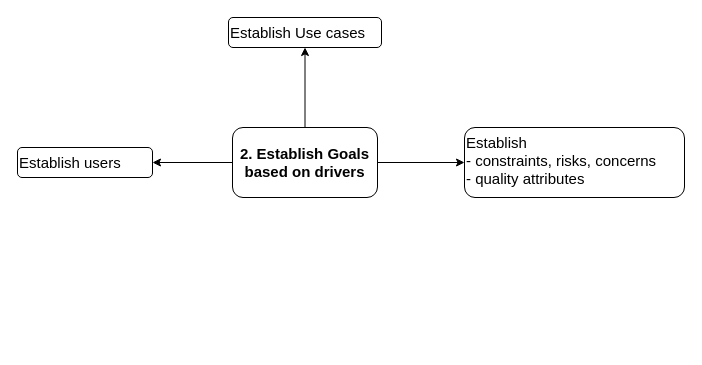
Before: page "2.EstablishGoals" (3 of 6) of SolutionArchitectureProcess.drawio in Gaur4vGaur/probable-octo, a draw.io diagram. Source tidied: cells renumbered, new cells numbered last; positions are measured from the earlier drawing's top-left corner, leaving out a move shared by most shapes. Both pictures are drawn from the tidied source at 100%, with x=0, y=0 at pixel (17, 17).
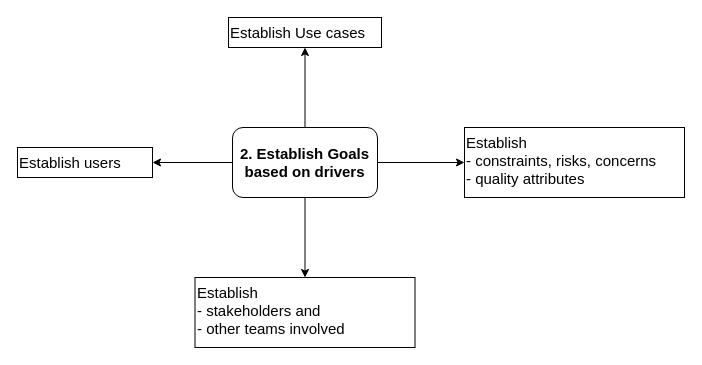
Above is the later version.

What changed in the source:
```diff
@@
 <mxGraphModel>
   <root>
     <mxCell id="0" />
     <mxCell id="1" parent="0" />
     <mxCell id="2" style="edgeStyle=orthogonalEdgeStyle;rounded=0;jettySize=auto;html=1;fontFamily=Helvetica;fontSize=15;fontColor=default;" parent="1" edge="1" source="5" target="6">
       <mxGeometry relative="1" as="geometry" />
     </mxCell>
     <mxCell id="3" style="edgeStyle=orthogonalEdgeStyle;rounded=0;jettySize=auto;html=1;fontFamily=Helvetica;fontSize=15;fontColor=default;" parent="1" edge="1" source="5" target="7">
       <mxGeometry relative="1" as="geometry" />
     </mxCell>
     <mxCell id="4" style="edgeStyle=orthogonalEdgeStyle;rounded=0;jettySize=auto;html=1;fontFamily=Helvetica;fontSize=15;fontColor=default;" parent="1" edge="1" source="5" target="8">
       <mxGeometry relative="1" as="geometry" />
     </mxCell>
+    <mxCell id="9" style="edgeStyle=orthogonalEdgeStyle;rounded=0;jettySize=auto;html=1;" parent="1" edge="1" source="5" target="10">
+      <mxGeometry relative="1" as="geometry" />
+    </mxCell>
     <mxCell id="5" value="2. Establish Goals based on drivers" style="rounded=1;whiteSpace=wrap;html=1;fontSize=15;fontStyle=1;" parent="1" vertex="1">
       <mxGeometry x="215" y="110" width="145" height="70" as="geometry" />
     </mxCell>
-    <mxCell id="6" value="&lt;span style=&quot;font-weight: normal;&quot;&gt;Establish users&lt;br&gt;&lt;/span&gt;" style="whiteSpace=wrap;html=1;fontSize=15;rounded=1;fontStyle=1;align=left;verticalAlign=top;" parent="1" vertex="1">
+    <mxCell id="6" value="&lt;span style=&quot;font-weight: normal;&quot;&gt;Establish users&lt;br&gt;&lt;/span&gt;" style="whiteSpace=wrap;html=1;fontSize=15;rounded=0;fontStyle=1;align=left;verticalAlign=top;" parent="1" vertex="1">
       <mxGeometry y="130" width="135" height="30" as="geometry" />
     </mxCell>
-    <mxCell id="7" value="Establish Use cases" style="whiteSpace=wrap;html=1;fontSize=15;rounded=1;fontStyle=0;align=left;verticalAlign=top;" parent="1" vertex="1">
+    <mxCell id="7" value="Establish Use cases" style="whiteSpace=wrap;html=1;fontSize=15;rounded=0;fontStyle=0;align=left;verticalAlign=top;" parent="1" vertex="1">
       <mxGeometry x="211" width="153" height="30" as="geometry" />
     </mxCell>
-    <mxCell id="8" value="&lt;span style=&quot;font-weight: normal;&quot;&gt;Establish&lt;br&gt;- constraints, risks, concerns&lt;br&gt;- quality attributes&lt;br&gt;&lt;/span&gt;" style="whiteSpace=wrap;html=1;fontSize=15;rounded=1;fontStyle=1;align=left;verticalAlign=top;" parent="1" vertex="1">
+    <mxCell id="8" value="&lt;span style=&quot;font-weight: normal;&quot;&gt;Establish&lt;br&gt;- constraints, risks, concerns&lt;br&gt;- quality attributes&lt;br&gt;&lt;/span&gt;" style="whiteSpace=wrap;html=1;fontSize=15;rounded=0;fontStyle=1;align=left;verticalAlign=top;" parent="1" vertex="1">
       <mxGeometry x="447" y="110" width="220" height="70" as="geometry" />
     </mxCell>
+    <mxCell id="10" value="&lt;span style=&quot;font-weight: normal;&quot;&gt;Establish&lt;br&gt;- stakeholders and&lt;br&gt;- other teams involved&lt;br&gt;&lt;/span&gt;" style="whiteSpace=wrap;html=1;fontSize=15;rounded=0;fontStyle=1;align=left;verticalAlign=top;" parent="1" vertex="1">
+      <mxGeometry x="177.5" y="260" width="220" height="70" as="geometry" />
+    </mxCell>
   </root>
 </mxGraphModel>
```
